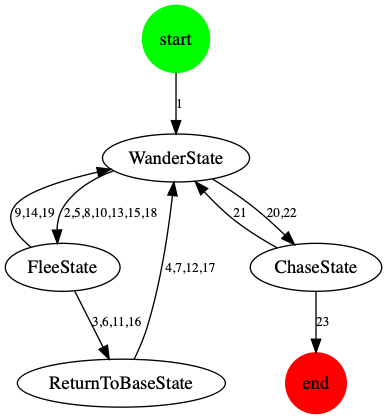
The Graphviz diagram example/dot_graph.png in austingebauer/fsm-go, before a commit. Its source is kept beside it as example/dot_graph.gv.
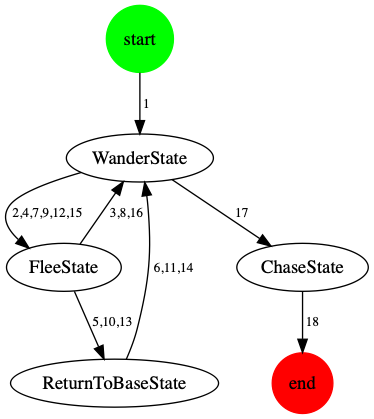
After the commit.

What changed in the source:
```diff
@@ -1,12 +1,11 @@
 strict digraph stategraph {
 	start [shape="circle", color="green", style="filled"]
 	end [shape="circle", color="red", style="filled"]
-	start -> WanderState [label="1",fontsize=10]
-	WanderState -> FleeState [label="2,5,8,10,13,15,18",fontsize=10]
-	WanderState -> ChaseState [label="20,22",fontsize=10]
-	FleeState -> ReturnToBaseState [label="3,6,11,16",fontsize=10]
-	FleeState -> WanderState [label="9,14,19",fontsize=10]
-	ReturnToBaseState -> WanderState [label="4,7,12,17",fontsize=10]
-	ChaseState -> WanderState [label="21",fontsize=10]
-	ChaseState -> end [label="23",fontsize=10]
+	start -> WanderState [label=" 1",fontsize=10]
+	WanderState -> FleeState [label=" 2,4,7,9,12,15",fontsize=10]
+	WanderState -> ChaseState [label=" 17",fontsize=10]
+	FleeState -> ReturnToBaseState [label=" 5,10,13",fontsize=10]
+	FleeState -> WanderState [label=" 3,8,16",fontsize=10]
+	ReturnToBaseState -> WanderState [label=" 6,11,14",fontsize=10]
+	ChaseState -> end [label=" 18",fontsize=10]
 }
```
